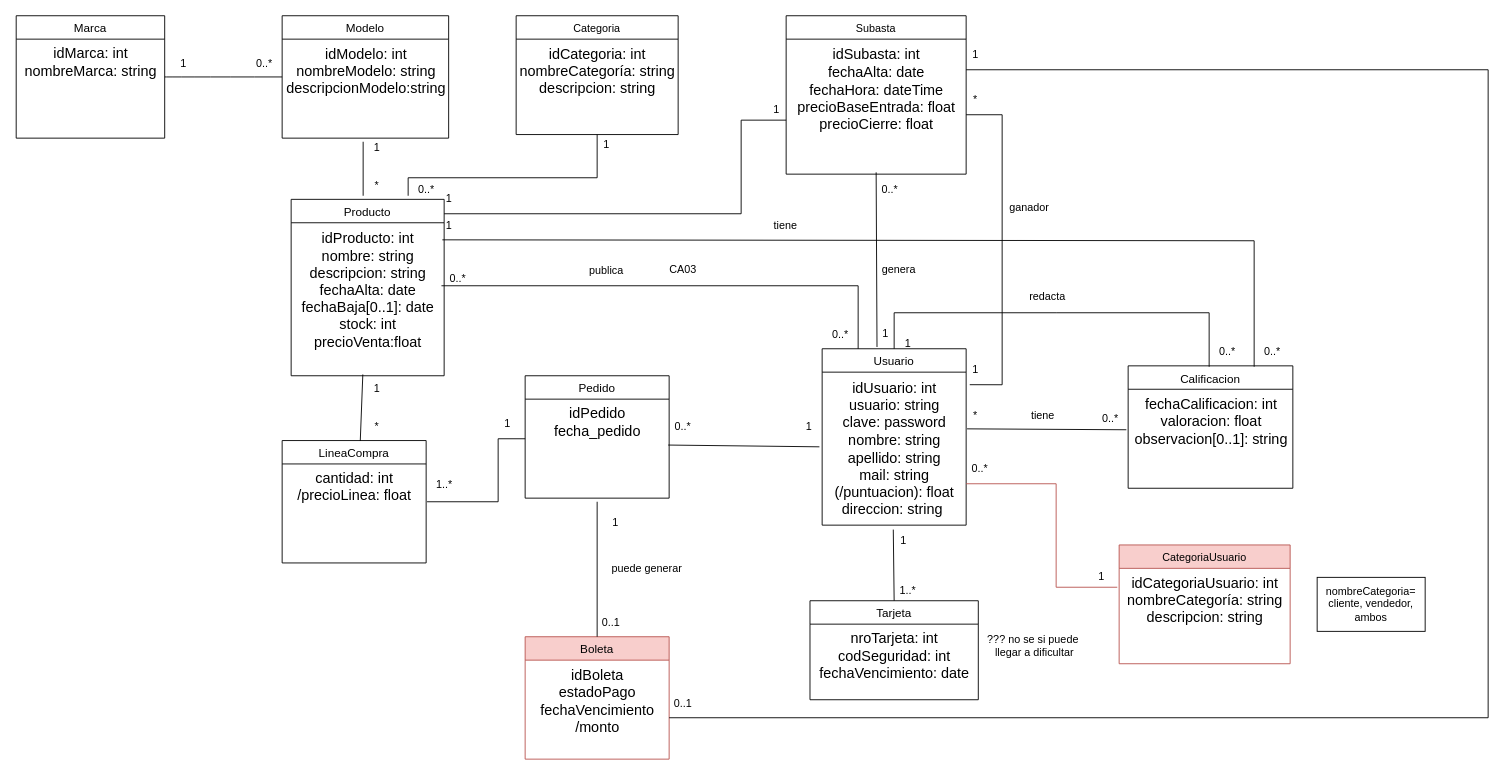
The draw.io diagram docs/diagramaClasesGit.drawio in BorsatoMilton/CarGarage, before the edit. Source tidied: cells renumbered, new cells numbered last; positions are measured from the earlier drawing's top-left corner, leaving out a move shared by most shapes. Both pictures are drawn from the tidied source at 90%, with x=0, y=0 at pixel (15, 15).
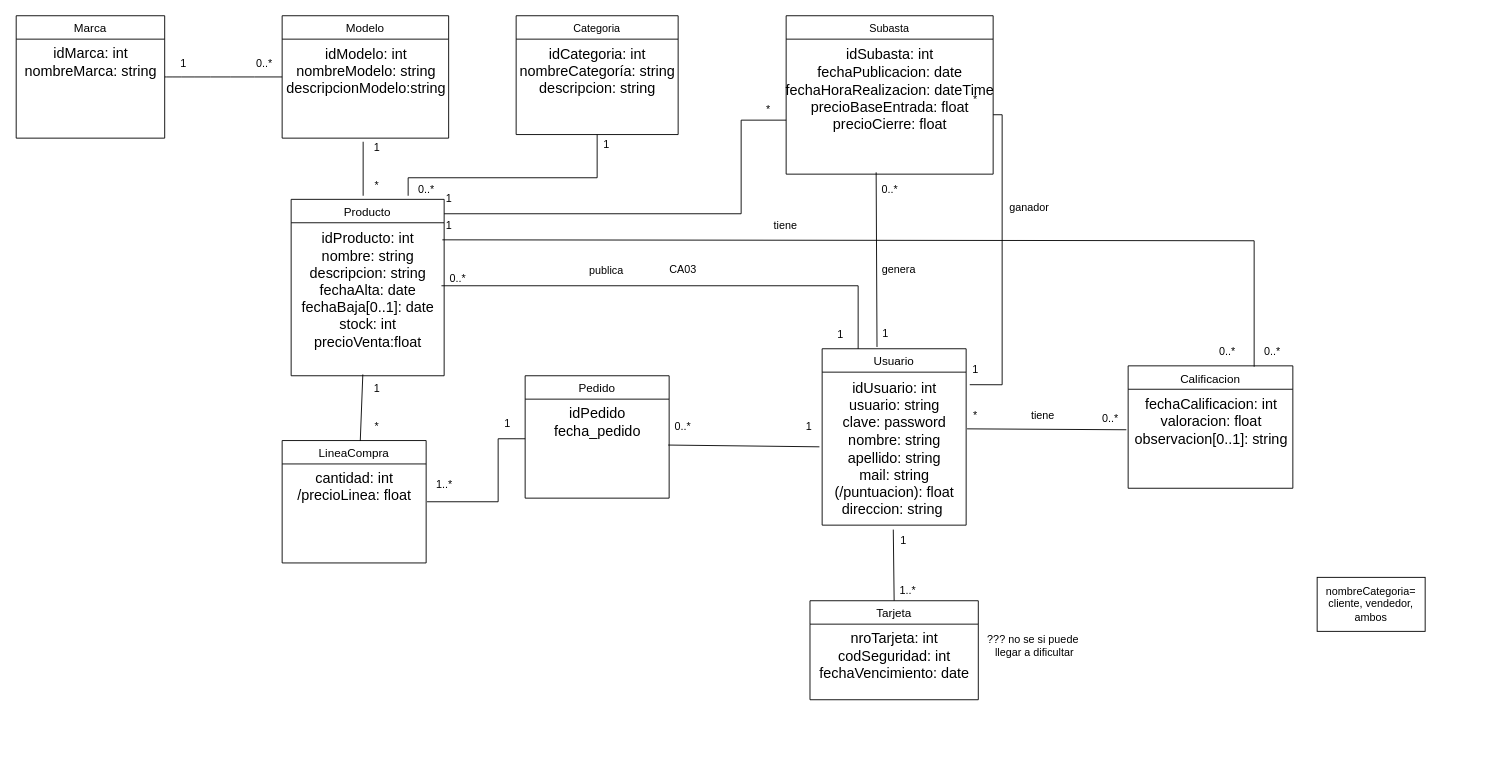
After the change.

The change refers to these unchanged cells:
```xml
<mxCell id="2" value="Usuario" style="swimlane;fontStyle=0;align=center;verticalAlign=top;horizontal=1;startSize=26;rounded=0;shadow=0;strokeWidth=1;fontSize=13;" parent="1" vertex="1">
  <mxGeometry x="896" y="370" width="160" height="196" as="geometry" />
</mxCell>
<mxCell id="4" value="Categoria" style="swimlane;fontStyle=0;align=center;verticalAlign=top;horizontal=1;startSize=26;rounded=0;shadow=0;strokeWidth=1;" parent="1" vertex="1">
  <mxGeometry x="556" width="180" height="132" as="geometry" />
</mxCell>
<mxCell id="80" value="Tarjeta" style="swimlane;fontStyle=0;align=center;verticalAlign=top;horizontal=1;startSize=26;rounded=0;shadow=0;strokeWidth=1;fontSize=13;" parent="1" vertex="1">
  <mxGeometry x="882.5" y="650" width="187" height="110" as="geometry" />
</mxCell>
```

Change to the diagram source:
```diff
@@
-    <mxCell id="3" value="&lt;div&gt;idUsuario: int&lt;/div&gt;usuario: string&lt;div&gt;clave: password&lt;/div&gt;&lt;div&gt;nombre: string&lt;/div&gt;&lt;div&gt;apellido: string&lt;/div&gt;&lt;div&gt;mail: string&lt;/div&gt;&lt;div&gt;(/puntuacion): float&lt;/div&gt;&lt;div&gt;direccion: string&amp;nbsp;&lt;/div&gt;" style="text;html=1;align=center;verticalAlign=middle;points=[];strokeColor=none;fillColor=none;fontSize=16;" parent="2" vertex="1">
+    <mxCell id="3" value="&lt;div&gt;idUsuario: int&lt;/div&gt;usuario: string&lt;div&gt;clave: password&lt;/div&gt;&lt;div&gt;nombre: string&lt;/div&gt;&lt;div&gt;apellido: string&lt;/div&gt;&lt;div&gt;mail: string&lt;/div&gt;&lt;div&gt;(/puntuacion): float&lt;/div&gt;&lt;div&gt;direccion: string&amp;nbsp;&lt;/div&gt;" style="text;html=1;align=center;verticalAlign=middle;points=[];fontSize=16;" parent="2" vertex="1">
       <mxGeometry y="26" width="160" height="170" as="geometry" />
     </mxCell>
@@
-    <mxCell id="5" value="&lt;div&gt;idCategoria: int&lt;/div&gt;nombreCategoría: string&lt;div&gt;descripcion: string&lt;/div&gt;" style="text;html=1;align=center;verticalAlign=middle;strokeColor=none;fillColor=none;fontSize=16;" parent="4" vertex="1">
+    <mxCell id="5" value="&lt;div&gt;idCategoria: int&lt;/div&gt;nombreCategoría: string&lt;div&gt;descripcion: string&lt;/div&gt;" style="text;html=1;align=center;verticalAlign=middle;fontSize=16;" parent="4" vertex="1">
       <mxGeometry y="26" width="180" height="70" as="geometry" />
     </mxCell>
@@
-    <mxCell id="18" style="endArrow=none;html=1;rounded=0;entryX=0.5;entryY=0;entryDx=0;entryDy=0;" parent="1" edge="1" target="2">
-      <mxGeometry relative="1" as="geometry">
-        <mxPoint x="1326" y="390" as="sourcePoint" />
-        <Array as="points">
-          <mxPoint x="1326" y="330" />
-          <mxPoint x="1156" y="330" />
-          <mxPoint x="976" y="330" />
-        </Array>
-      </mxGeometry>
-    </mxCell>
@@
-    <mxCell id="20" value="1" style="text;html=1;align=center;verticalAlign=middle;strokeColor=none;fillColor=none;" parent="1" vertex="1">
-      <mxGeometry x="976" y="350" width="30" height="30" as="geometry" />
-    </mxCell>
-    <mxCell id="21" value="redacta" style="text;html=1;align=center;verticalAlign=middle;strokeColor=none;fillColor=none;" parent="1" vertex="1">
-      <mxGeometry x="1116" y="297" width="60" height="30" as="geometry" />
-    </mxCell>
@@
-    <mxCell id="47" value="Boleta" style="swimlane;fontStyle=0;align=center;verticalAlign=top;horizontal=1;startSize=26;rounded=0;shadow=0;strokeWidth=1;fontSize=13;fillColor=#f8cecc;strokeColor=#b85450;" parent="1" vertex="1">
-      <mxGeometry x="566" y="690" width="160" height="136" as="geometry" />
-    </mxCell>
-    <mxCell id="48" value="&lt;div&gt;idBoleta&lt;/div&gt;estadoPago&lt;div&gt;fechaVencimiento&lt;br&gt;&lt;div&gt;/monto&lt;/div&gt;&lt;/div&gt;&lt;div&gt;&lt;br&gt;&lt;/div&gt;" style="text;html=1;align=center;verticalAlign=middle;strokeColor=none;fillColor=none;fontSize=16;" parent="47" vertex="1">
-      <mxGeometry y="26" width="160" height="110" as="geometry" />
-    </mxCell>
-    <mxCell id="49" value="0..1" style="text;html=1;align=center;verticalAlign=middle;strokeColor=none;fillColor=none;" parent="1" vertex="1">
-      <mxGeometry x="641" y="660" width="40" height="30" as="geometry" />
-    </mxCell>
-    <mxCell id="50" value="1" style="text;html=1;align=center;verticalAlign=middle;strokeColor=none;fillColor=none;" parent="1" vertex="1">
-      <mxGeometry x="651" y="548" width="30" height="30" as="geometry" />
-    </mxCell>
-    <mxCell id="51" value="puede generar" style="text;html=1;align=center;verticalAlign=middle;strokeColor=none;fillColor=none;" parent="1" vertex="1">
-      <mxGeometry x="651" y="600" width="100" height="30" as="geometry" />
-    </mxCell>
-    <mxCell id="52" value="CategoriaUsuario" style="swimlane;fontStyle=0;align=center;verticalAlign=top;horizontal=1;startSize=26;rounded=0;shadow=0;strokeWidth=1;fillColor=#f8cecc;strokeColor=#b85450;" parent="1" vertex="1">
-      <mxGeometry x="1226" y="588" width="190" height="132" as="geometry" />
-    </mxCell>
-    <mxCell id="53" value="&lt;div&gt;idCategoriaUsuario: int&lt;/div&gt;nombreCategoría: string&lt;div&gt;descripcion: string&lt;/div&gt;" style="text;html=1;align=center;verticalAlign=middle;points=[];strokeColor=none;fillColor=none;fontSize=16;" parent="52" vertex="1">
-      <mxGeometry y="26" width="190" height="70" as="geometry" />
-    </mxCell>
-    <mxCell id="54" style="endArrow=none;html=1;rounded=0;entryX=-0.011;entryY=0.3;entryDx=0;entryDy=0;entryPerimeter=0;fillColor=#f8cecc;strokeColor=#b85450;" parent="1" edge="1" target="53">
-      <mxGeometry relative="1" as="geometry">
-        <mxPoint x="1056" y="520" as="sourcePoint" />
-        <Array as="points">
-          <mxPoint x="1156" y="520" />
-          <mxPoint x="1156" y="635" />
-        </Array>
-      </mxGeometry>
-    </mxCell>
-    <mxCell id="55" value="0..*" style="text;html=1;align=center;verticalAlign=middle;strokeColor=none;fillColor=none;" parent="1" vertex="1">
-      <mxGeometry x="1051" y="488" width="40" height="30" as="geometry" />
-    </mxCell>
-    <mxCell id="56" value="1" style="text;html=1;align=center;verticalAlign=middle;strokeColor=none;fillColor=none;" parent="1" vertex="1">
-      <mxGeometry x="1191" y="608" width="30" height="30" as="geometry" />
-    </mxCell>
@@
-    <mxCell id="59" value="0..*" style="text;html=1;align=center;verticalAlign=middle;strokeColor=none;fillColor=none;" parent="1" vertex="1">
-      <mxGeometry x="896" y="340" width="40" height="30" as="geometry" />
+    <mxCell id="59" value="1" style="text;html=1;align=center;verticalAlign=middle;strokeColor=none;fillColor=none;" parent="1" vertex="1">
+      <mxGeometry x="901" y="340" width="30" height="30" as="geometry" />
     </mxCell>
@@
     <mxCell id="63" value="Subasta" style="swimlane;fontStyle=0;align=center;verticalAlign=top;horizontal=1;startSize=26;rounded=0;shadow=0;strokeWidth=1;" parent="1" vertex="1">
-      <mxGeometry x="856" width="200" height="176" as="geometry" />
+      <mxGeometry x="856" width="230" height="176" as="geometry" />
     </mxCell>
-    <mxCell id="64" value="&lt;div&gt;idSubasta: int&lt;/div&gt;&lt;div&gt;fechaAlta: date&lt;/div&gt;&lt;div&gt;fechaHora: dateTime&lt;/div&gt;&lt;div&gt;precioBaseEntrada: float&lt;/div&gt;&lt;div&gt;precioCierre: float&lt;/div&gt;&lt;div&gt;&lt;br&gt;&lt;/div&gt;&lt;div&gt;&lt;br&gt;&lt;/div&gt;" style="text;html=1;align=center;verticalAlign=middle;strokeColor=none;fillColor=none;fontSize=16;" parent="63" vertex="1">
-      <mxGeometry y="26" width="200" height="150" as="geometry" />
+    <mxCell id="64" value="&lt;div&gt;idSubasta: int&lt;/div&gt;&lt;div&gt;fechaPublicacion: date&lt;/div&gt;&lt;div&gt;fechaHoraRealizacion: dateTime&lt;/div&gt;&lt;div&gt;precioBaseEntrada: float&lt;/div&gt;&lt;div&gt;precioCierre: float&lt;/div&gt;&lt;div&gt;&lt;br&gt;&lt;/div&gt;&lt;div&gt;&lt;br&gt;&lt;/div&gt;" style="text;html=1;align=center;verticalAlign=middle;strokeColor=none;fillColor=none;fontSize=16;" parent="63" vertex="1">
+      <mxGeometry y="26" width="230" height="150" as="geometry" />
     </mxCell>
@@
-    <mxCell id="69" value="1" style="text;html=1;align=center;verticalAlign=middle;strokeColor=none;fillColor=none;" parent="1" vertex="1">
-      <mxGeometry x="830" y="90" width="30" height="30" as="geometry" />
+    <mxCell id="69" value="*" style="text;html=1;align=center;verticalAlign=middle;strokeColor=none;fillColor=none;" parent="1" vertex="1">
+      <mxGeometry x="821" y="90" width="30" height="30" as="geometry" />
     </mxCell>
@@
     <mxCell id="72" style="endArrow=none;html=1;rounded=0;entryX=1.025;entryY=0.082;entryDx=0;entryDy=0;entryPerimeter=0;" parent="1" edge="1" target="3">
       <mxGeometry relative="1" as="geometry">
-        <mxPoint x="1056" y="110" as="sourcePoint" />
+        <mxPoint x="1086" y="110" as="sourcePoint" />
         <Array as="points">
           <mxPoint x="1096" y="110" />
           <mxPoint x="1096" y="410" />
         </Array>
       </mxGeometry>
     </mxCell>
@@
-    <mxCell id="75" style="endArrow=none;html=1;rounded=0;" parent="1" edge="1">
-      <mxGeometry relative="1" as="geometry">
-        <mxPoint x="646" y="690" as="sourcePoint" />
-        <mxPoint x="646" y="540" as="targetPoint" />
-      </mxGeometry>
-    </mxCell>
-    <mxCell id="76" style="endArrow=none;html=1;rounded=0;" parent="1" edge="1">
-      <mxGeometry relative="1" as="geometry">
-        <mxPoint x="1056" y="60" as="sourcePoint" />
-        <mxPoint x="726" y="780" as="targetPoint" />
-        <Array as="points">
-          <mxPoint x="1636" y="60" />
-          <mxPoint x="1636" y="780" />
-        </Array>
-      </mxGeometry>
-    </mxCell>
-    <mxCell id="77" value="1" style="text;html=1;align=center;verticalAlign=middle;strokeColor=none;fillColor=none;" parent="1" vertex="1">
-      <mxGeometry x="1051" y="28" width="30" height="30" as="geometry" />
-    </mxCell>
-    <mxCell id="78" value="0..1" style="text;html=1;align=center;verticalAlign=middle;strokeColor=none;fillColor=none;" parent="1" vertex="1">
-      <mxGeometry x="721" y="750" width="40" height="30" as="geometry" />
-    </mxCell>
@@
-    <mxCell id="81" value="&lt;div&gt;nroTarjeta: int&lt;/div&gt;&lt;div&gt;codSeguridad: int&lt;/div&gt;&lt;div&gt;fechaVencimiento: date&lt;/div&gt;" style="text;html=1;align=center;verticalAlign=middle;strokeColor=none;fillColor=none;fontSize=16;" parent="80" vertex="1">
+    <mxCell id="81" value="&lt;div&gt;nroTarjeta: int&lt;/div&gt;&lt;div&gt;codSeguridad: int&lt;/div&gt;&lt;div&gt;fechaVencimiento: date&lt;/div&gt;" style="text;html=1;align=center;verticalAlign=middle;fontSize=16;" parent="80" vertex="1">
       <mxGeometry y="26" width="187" height="70" as="geometry" />
     </mxCell>
```
